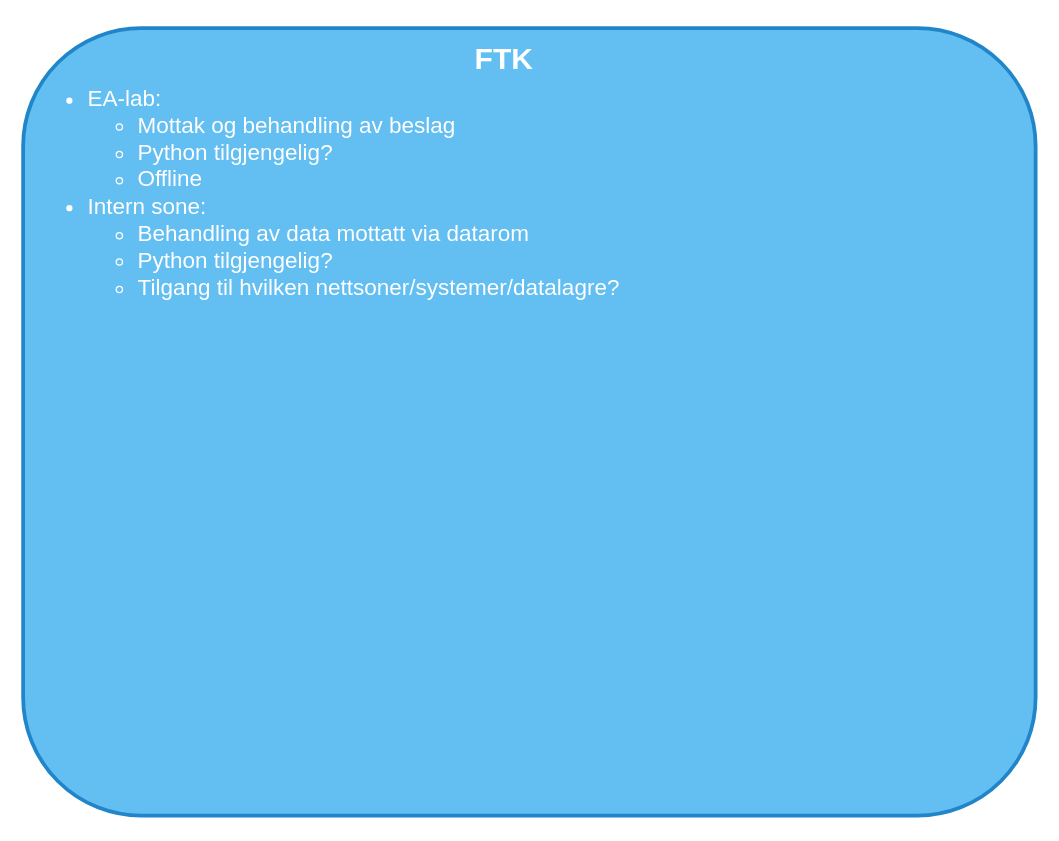
Above: page "FTK" (4 of 15) of .drawio in mortenee/draw.io (draw.io), before the change. Source tidied: cells renumbered, new cells numbered last; positions are measured from the earlier drawing's top-left corner, leaving out a move shared by most shapes. Both pictures are drawn from the tidied source at 125%, with x=0, y=0 at pixel (22, 28).
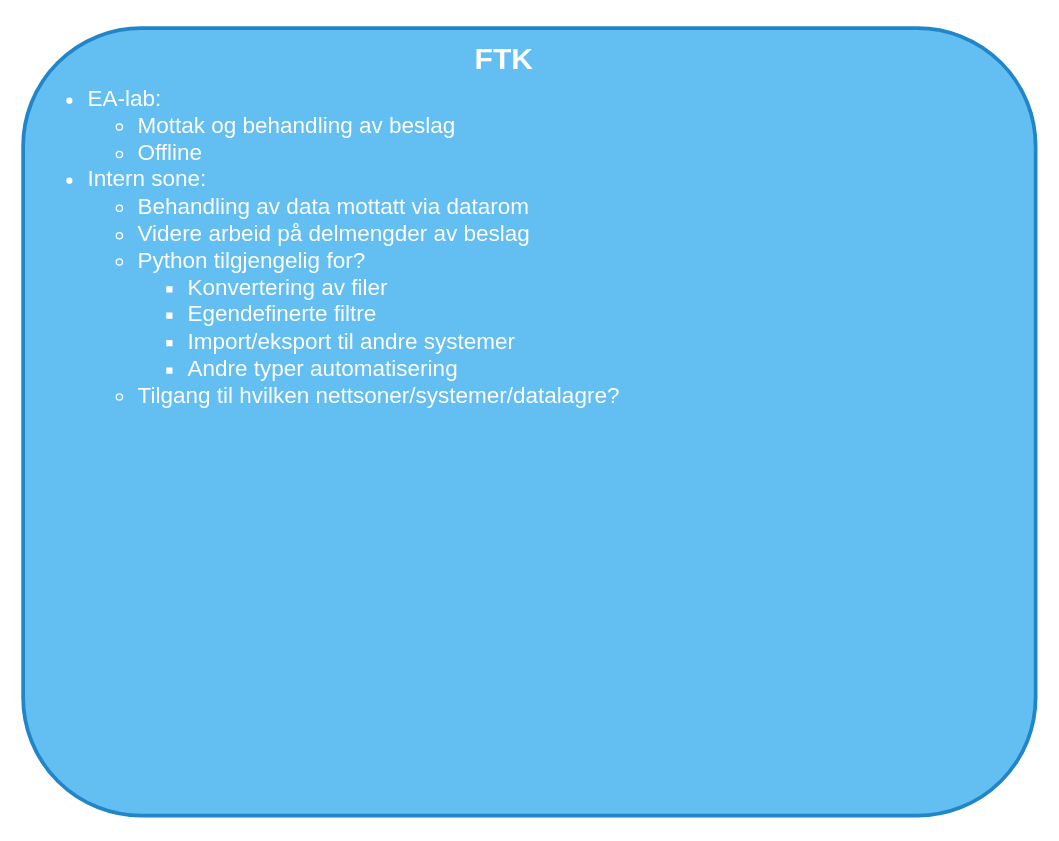
Above is the later version.

Change to the diagram source:
```diff
@@
 <mxGraphModel>
   <root>
     <mxCell id="0" />
     <mxCell id="1" parent="0" />
-    <mxCell id="2" value="&lt;h1 style=&quot;margin-top: 0px; font-size: 18px;&quot;&gt;&lt;div&gt;&lt;span style=&quot;font-weight: 400;&quot;&gt;&lt;br&gt;&lt;/span&gt;&lt;/div&gt;&lt;ul&gt;&lt;li&gt;&lt;span style=&quot;font-weight: 400;&quot;&gt;EA-lab:&lt;/span&gt;&lt;/li&gt;&lt;ul style=&quot;&quot;&gt;&lt;li&gt;&lt;span style=&quot;font-weight: normal;&quot;&gt;Mottak og behandling av beslag&lt;/span&gt;&lt;/li&gt;&lt;li&gt;&lt;span style=&quot;font-weight: normal;&quot;&gt;Python tilgjengelig?&lt;/span&gt;&lt;/li&gt;&lt;li&gt;&lt;span style=&quot;font-weight: normal;&quot;&gt;Offline&lt;/span&gt;&lt;/li&gt;&lt;/ul&gt;&lt;li&gt;&lt;span style=&quot;background-color: initial; font-weight: normal;&quot;&gt;Intern sone:&lt;/span&gt;&lt;/li&gt;&lt;ul&gt;&lt;li&gt;&lt;span style=&quot;font-weight: normal;&quot;&gt;Behandling av data mottatt via datarom&lt;/span&gt;&lt;/li&gt;&lt;li&gt;&lt;span style=&quot;font-weight: normal;&quot;&gt;Python tilgjengelig?&lt;/span&gt;&lt;/li&gt;&lt;li&gt;&lt;span style=&quot;font-weight: normal;&quot;&gt;Tilgang til hvilken nettsoner/systemer/datalagre?&lt;/span&gt;&lt;/li&gt;&lt;/ul&gt;&lt;/ul&gt;&lt;/h1&gt;" style="text;html=1;whiteSpace=wrap;overflow=hidden;rounded=1;fillColor=#63bef2;strokeColor=#2086c9;fontColor=#ffffff;fontFamily=Helvetica;fontSize=12;labelBackgroundColor=none;glass=0;shadow=0;strokeWidth=3;spacingLeft=10;" parent="1" vertex="1">
+    <mxCell id="2" value="&lt;h1 style=&quot;margin-top: 0px; font-size: 18px;&quot;&gt;&lt;div&gt;&lt;span style=&quot;font-weight: 400;&quot;&gt;&lt;br&gt;&lt;/span&gt;&lt;/div&gt;&lt;ul&gt;&lt;li&gt;&lt;span style=&quot;font-weight: 400;&quot;&gt;EA-lab:&lt;/span&gt;&lt;/li&gt;&lt;ul style=&quot;&quot;&gt;&lt;li&gt;&lt;span style=&quot;font-weight: normal;&quot;&gt;Mottak og behandling av beslag&lt;/span&gt;&lt;/li&gt;&lt;li&gt;&lt;span style=&quot;font-weight: normal;&quot;&gt;Offline&lt;/span&gt;&lt;/li&gt;&lt;/ul&gt;&lt;li&gt;&lt;span style=&quot;background-color: initial; font-weight: normal;&quot;&gt;Intern sone:&lt;/span&gt;&lt;/li&gt;&lt;ul&gt;&lt;li&gt;&lt;span style=&quot;font-weight: normal;&quot;&gt;Behandling av data mottatt via datarom&lt;/span&gt;&lt;/li&gt;&lt;li&gt;&lt;span style=&quot;font-weight: normal;&quot;&gt;Videre arbeid på delmengder av beslag&amp;nbsp;&lt;/span&gt;&lt;/li&gt;&lt;li&gt;&lt;span style=&quot;font-weight: normal;&quot;&gt;Python tilgjengelig for?&lt;/span&gt;&lt;/li&gt;&lt;ul&gt;&lt;li&gt;&lt;span style=&quot;font-weight: normal;&quot;&gt;Konvertering av filer&lt;/span&gt;&lt;/li&gt;&lt;li&gt;&lt;span style=&quot;font-weight: normal;&quot;&gt;Egendefinerte filtre&lt;/span&gt;&lt;/li&gt;&lt;li&gt;&lt;span style=&quot;font-weight: 400;&quot;&gt;Import/eksport til andre systemer&lt;/span&gt;&lt;/li&gt;&lt;li&gt;&lt;span style=&quot;font-weight: 400;&quot;&gt;Andre typer automatisering&lt;/span&gt;&lt;/li&gt;&lt;/ul&gt;&lt;li&gt;&lt;span style=&quot;font-weight: normal;&quot;&gt;Tilgang til hvilken nettsoner/systemer/datalagre?&lt;/span&gt;&lt;/li&gt;&lt;/ul&gt;&lt;/ul&gt;&lt;/h1&gt;" style="text;html=1;whiteSpace=wrap;overflow=hidden;rounded=1;fillColor=#63bef2;strokeColor=#2086c9;fontColor=#ffffff;fontFamily=Helvetica;fontSize=12;labelBackgroundColor=none;glass=0;shadow=0;strokeWidth=3;spacingLeft=10;" parent="1" vertex="1">
       <mxGeometry width="810" height="630" as="geometry" />
     </mxCell>
     <mxCell id="3" value="&lt;h1&gt;FTK&lt;/h1&gt;" style="text;html=1;align=center;verticalAlign=middle;whiteSpace=wrap;rounded=0;fontColor=#FFFFFF;" parent="1" vertex="1">
       <mxGeometry x="320" y="10" width="130" height="30" as="geometry" />
     </mxCell>
   </root>
 </mxGraphModel>
```
